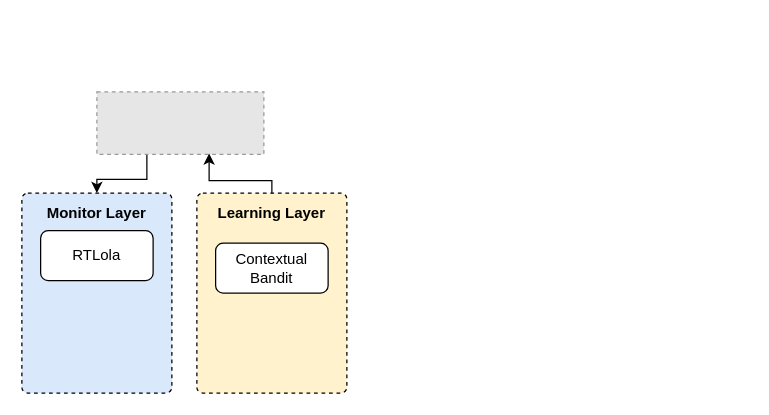
IvanComp/COORDINATE-2.0 keeps this draw.io diagram as img/readme/DAWorkflow.drawio. Above is the earlier version. Source tidied: cells renumbered, new cells numbered last; positions are measured from the earlier drawing's top-left corner, leaving out a move shared by most shapes. Both pictures are drawn from the tidied source at 125%, with x=0, y=0 at pixel (21, 91). Pictures stored in the file or linked from it are replaced by grey dashed boxes.
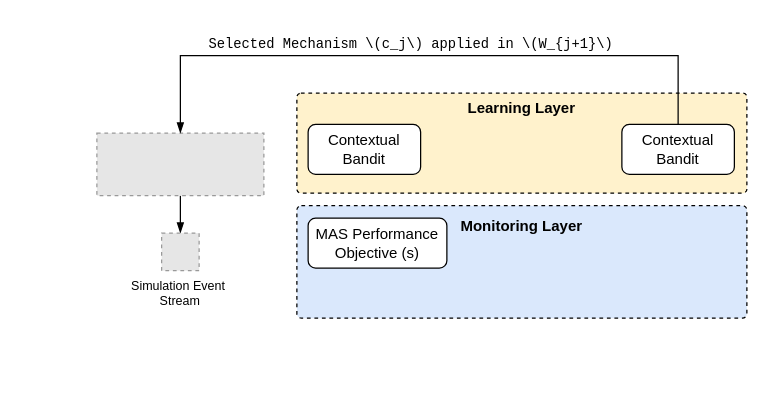
The same page after the edit.

Change to the diagram source:
```diff
@@
 <mxGraphModel>
   <root>
     <mxCell id="0" />
     <mxCell id="1" parent="0" />
-    <mxCell id="2" value="&lt;b&gt;Monitor Layer&lt;/b&gt;&lt;div&gt;&lt;b&gt;&lt;br&gt;&lt;/b&gt;&lt;/div&gt;&lt;div&gt;&lt;b&gt;&lt;br&gt;&lt;/b&gt;&lt;/div&gt;&lt;div&gt;&lt;b&gt;&lt;br&gt;&lt;/b&gt;&lt;/div&gt;&lt;div&gt;&lt;b&gt;&lt;br&gt;&lt;/b&gt;&lt;/div&gt;&lt;div&gt;&lt;b&gt;&lt;br&gt;&lt;/b&gt;&lt;/div&gt;&lt;div&gt;&lt;b&gt;&lt;br&gt;&lt;/b&gt;&lt;/div&gt;&lt;div&gt;&lt;b&gt;&lt;br&gt;&lt;/b&gt;&lt;/div&gt;&lt;div&gt;&lt;b&gt;&lt;br&gt;&lt;/b&gt;&lt;/div&gt;&lt;div&gt;&lt;b&gt;&lt;br&gt;&lt;/b&gt;&lt;/div&gt;" style="rounded=1;whiteSpace=wrap;html=1;arcSize=4;fillColor=#dae8fc;strokeColor=#000000;dashed=1;" parent="1" vertex="1">
-      <mxGeometry y="81" width="120" height="160" as="geometry" />
+    <mxCell id="2" value="&lt;b&gt;Monitoring Layer&lt;/b&gt;&lt;div&gt;&lt;b&gt;&lt;br&gt;&lt;/b&gt;&lt;/div&gt;&lt;div&gt;&lt;b&gt;&lt;br&gt;&lt;/b&gt;&lt;/div&gt;&lt;div&gt;&lt;b&gt;&lt;br&gt;&lt;/b&gt;&lt;/div&gt;&lt;div&gt;&lt;br&gt;&lt;/div&gt;" style="rounded=1;whiteSpace=wrap;html=1;arcSize=4;fillColor=#dae8fc;strokeColor=#000000;dashed=1;" parent="1" vertex="1">
+      <mxGeometry x="220" y="91" width="360" height="90" as="geometry" />
     </mxCell>
-    <mxCell id="3" value="&lt;b&gt;Learning Layer&lt;/b&gt;&lt;div&gt;&lt;b&gt;&lt;br&gt;&lt;/b&gt;&lt;/div&gt;&lt;div&gt;&lt;b&gt;&lt;br&gt;&lt;/b&gt;&lt;/div&gt;&lt;div&gt;&lt;b&gt;&lt;br&gt;&lt;/b&gt;&lt;/div&gt;&lt;div&gt;&lt;b&gt;&lt;br&gt;&lt;/b&gt;&lt;/div&gt;&lt;div&gt;&lt;b&gt;&lt;br&gt;&lt;/b&gt;&lt;/div&gt;&lt;div&gt;&lt;b&gt;&lt;br&gt;&lt;/b&gt;&lt;/div&gt;&lt;div&gt;&lt;b&gt;&lt;br&gt;&lt;/b&gt;&lt;/div&gt;&lt;div&gt;&lt;b&gt;&lt;br&gt;&lt;/b&gt;&lt;/div&gt;&lt;div&gt;&lt;b&gt;&lt;br&gt;&lt;/b&gt;&lt;/div&gt;" style="rounded=1;whiteSpace=wrap;html=1;arcSize=4;fillColor=#fff2cc;strokeColor=#000000;dashed=1;" parent="1" vertex="1">
-      <mxGeometry x="140" y="81" width="120" height="160" as="geometry" />
+    <mxCell id="3" value="&lt;b&gt;Learning Layer&lt;/b&gt;&lt;div&gt;&lt;b&gt;&lt;br&gt;&lt;/b&gt;&lt;/div&gt;&lt;div&gt;&lt;br&gt;&lt;/div&gt;&lt;div&gt;&lt;b&gt;&lt;br&gt;&lt;/b&gt;&lt;/div&gt;&lt;div&gt;&lt;br&gt;&lt;/div&gt;" style="rounded=1;whiteSpace=wrap;html=1;arcSize=4;fillColor=#fff2cc;strokeColor=#000000;dashed=1;" parent="1" vertex="1">
+      <mxGeometry x="220" y="1" width="360" height="80" as="geometry" />
     </mxCell>
-    <mxCell id="4" value="RTLola" style="rounded=1;whiteSpace=wrap;html=1;" parent="1" vertex="1">
-      <mxGeometry x="15" y="111" width="90" height="40" as="geometry" />
+    <mxCell id="4" value="MAS Performance Objective (s)" style="rounded=1;whiteSpace=wrap;html=1;" parent="1" vertex="1">
+      <mxGeometry x="229" y="101" width="111" height="40" as="geometry" />
     </mxCell>
     <mxCell id="5" value="Contextual Bandit" style="rounded=1;whiteSpace=wrap;html=1;" parent="1" vertex="1">
-      <mxGeometry x="155" y="121" width="90" height="40" as="geometry" />
+      <mxGeometry x="229" y="26" width="90" height="40" as="geometry" />
     </mxCell>
-    <mxCell id="6" style="edgeStyle=orthogonalEdgeStyle;rounded=0;jettySize=auto;html=1;entryX=0.5;entryY=0;entryDx=0;entryDy=0;" parent="1" edge="1" source="7" target="2">
-      <mxGeometry relative="1" as="geometry">
-        <Array as="points">
-          <mxPoint x="100" y="70" />
-          <mxPoint x="60" y="70" />
-        </Array>
-      </mxGeometry>
-    </mxCell>
+    <mxCell id="9" style="edgeStyle=orthogonalEdgeStyle;rounded=0;jettySize=auto;html=1;endArrow=blockThin;endFill=1;" parent="1" edge="1" source="7" target="10">
+      <mxGeometry relative="1" as="geometry" />
+    </mxCell>
     <mxCell id="7" style="fillColor=#E6E6E6;strokeColor=#999999;dashed=1;verticalLabelPosition=bottom;labelBackgroundColor=default;verticalAlign=top;" parent="1" vertex="1">
-      <mxGeometry x="60" width="133.6" height="50" as="geometry" />
+      <mxGeometry x="60" y="33" width="133.6" height="50" as="geometry" />
     </mxCell>
-    <mxCell id="8" style="edgeStyle=orthogonalEdgeStyle;rounded=0;jettySize=auto;html=1;entryX=0.672;entryY=0.985;entryDx=0;entryDy=0;entryPerimeter=0;" parent="1" edge="1" source="3" target="7">
-      <mxGeometry relative="1" as="geometry">
-        <Array as="points">
-          <mxPoint x="200" y="71" />
-          <mxPoint x="150" y="71" />
-        </Array>
-      </mxGeometry>
-    </mxCell>
+    <mxCell id="10" value="Simulation Event &#10;Stream" style="fillColor=#E6E6E6;strokeColor=#999999;dashed=1;verticalLabelPosition=bottom;labelBackgroundColor=none;verticalAlign=top;fontFamily=Helvetica;fontSize=10;" parent="1" vertex="1">
+      <mxGeometry x="111.8" y="113" width="30" height="30" as="geometry" />
+    </mxCell>
+    <mxCell id="11" style="edgeStyle=orthogonalEdgeStyle;rounded=0;jettySize=auto;html=1;entryX=0.5;entryY=0;entryDx=0;entryDy=0;endArrow=blockThin;endFill=1;" parent="1" edge="1" source="13" target="7">
+      <mxGeometry relative="1" as="geometry">
+        <Array as="points">
+          <mxPoint x="525" y="-29" />
+          <mxPoint x="127" y="-29" />
+        </Array>
+      </mxGeometry>
+    </mxCell>
+    <mxCell id="12" value="&lt;div&gt;&lt;div class=&quot;pointer-events-none absolute inset-x-4 top-12 bottom-4&quot;&gt;&lt;div class=&quot;pointer-events-none sticky z-40 shrink-0 z-1!&quot;&gt;&lt;div class=&quot;sticky bg-token-border-light&quot;&gt;&lt;/div&gt;&lt;/div&gt;&lt;/div&gt;&lt;div class=&quot;relative&quot;&gt;&lt;div class=&quot;h-full min-h-0 min-w-0&quot;&gt;&lt;div class=&quot;h-full min-h-0 min-w-0&quot;&gt;&lt;div class=&quot;&quot;&gt;&lt;div class=&quot;relative&quot;&gt;&lt;div class=&quot;&quot;&gt;&lt;div class=&quot;relative z-0 flex max-w-full&quot;&gt;&lt;div id=&quot;code-block-viewer&quot; dir=&quot;ltr&quot; class=&quot;q9tKkq_viewer cm-editor z-10 light:cm-light dark:cm-light flex h-full w-full flex-col items-stretch ͼs ͼ16&quot;&gt;&lt;div class=&quot;cm-scroller&quot;&gt;&lt;pre class=&quot;cm-content q9tKkq_readonly m-0&quot;&gt;&lt;code&gt;Selected Mechanism \(c_j\) applied in \(W_{j+1}\)&lt;/code&gt;&lt;/pre&gt;&lt;/div&gt;&lt;/div&gt;&lt;/div&gt;&lt;/div&gt;&lt;/div&gt;&lt;/div&gt;&lt;/div&gt;&lt;/div&gt;&lt;/div&gt;&lt;/div&gt;" style="edgeLabel;html=1;align=center;verticalAlign=middle;labelBackgroundColor=none;" parent="11" vertex="1">
+      <mxGeometry x="0.11" relative="1" as="geometry">
+        <mxPoint x="16" y="-10" as="offset" />
+      </mxGeometry>
+    </mxCell>
+    <mxCell id="13" value="Contextual Bandit" style="rounded=1;whiteSpace=wrap;html=1;" parent="1" vertex="1">
+      <mxGeometry x="480" y="26" width="90" height="40" as="geometry" />
+    </mxCell>
   </root>
 </mxGraphModel>
```
